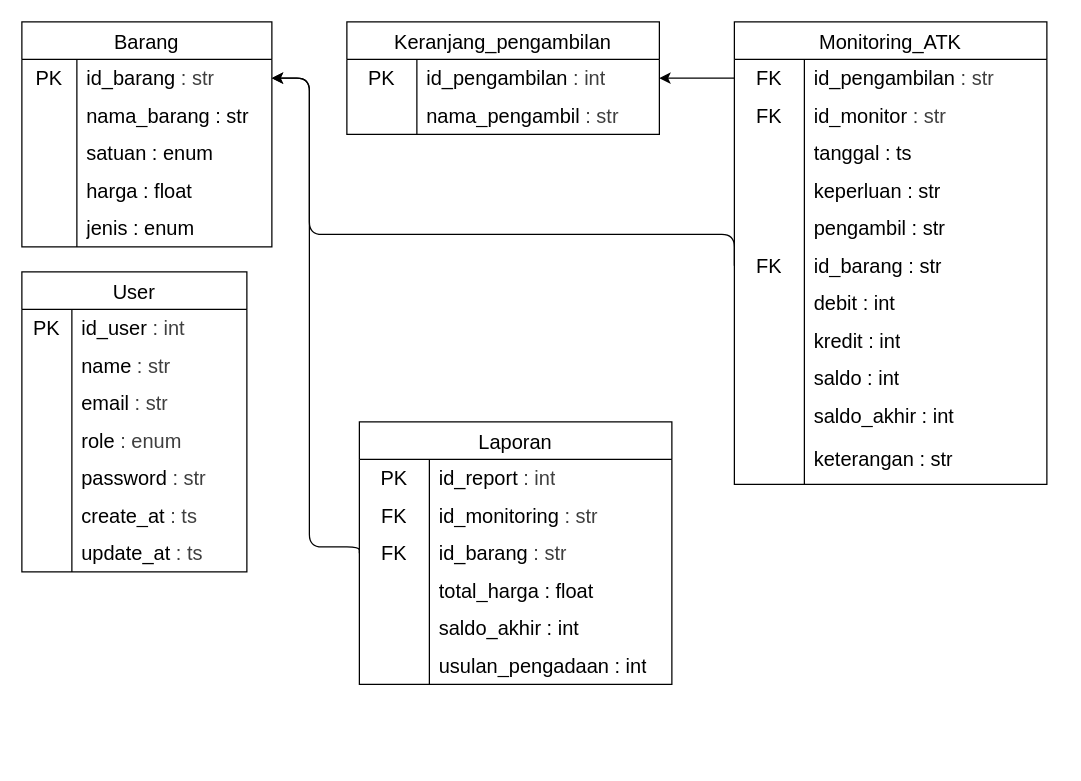
Earlier version of the draw.io diagram page "TRD" (1 of 6) of flow.drawio (Fakhrezy/sistem-atk-paljaya). Source tidied: cells renumbered, new cells numbered last; positions are measured from the earlier drawing's top-left corner, leaving out a move shared by most shapes. Both pictures are drawn from the tidied source at 125%, with x=0, y=0 at pixel (21, 21).
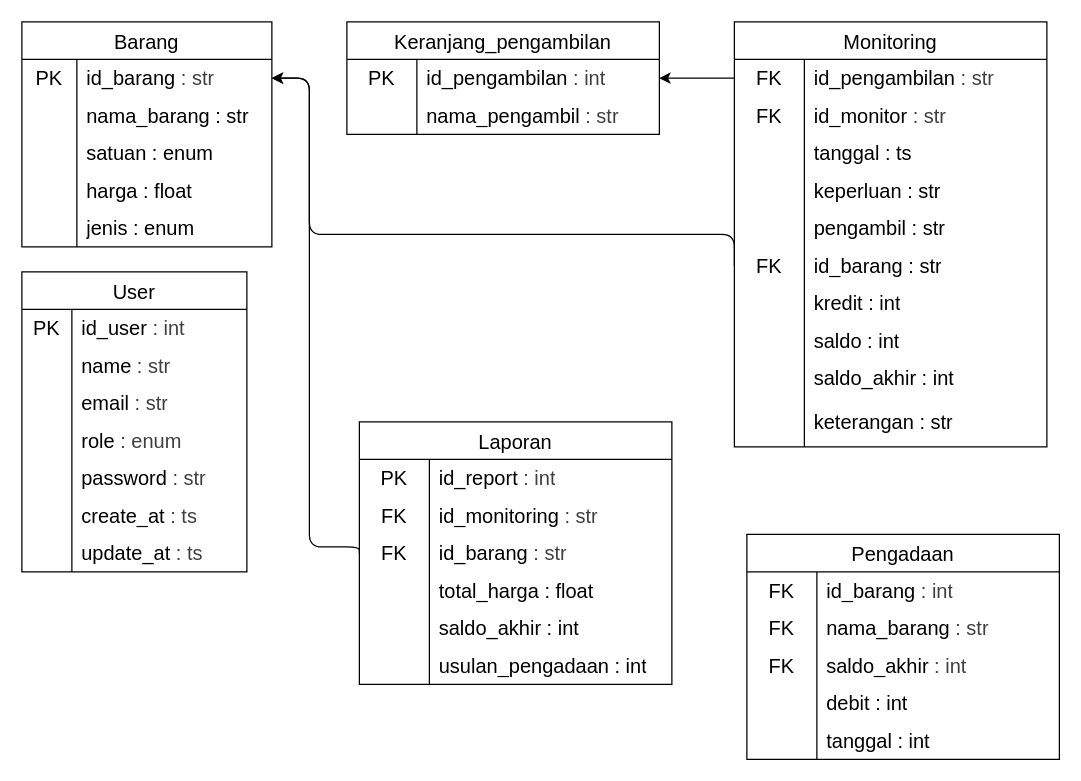
The same page after the edit.

Change to the diagram source:
```diff
@@
-    <mxCell id="2" value="Monitoring_ATK" style="shape=table;startSize=30;childLayout=tableLayout;rowLines=0;fontStyle=0;strokeColor=default;fontSize=16;" parent="1" vertex="1">
-      <mxGeometry x="570" width="250" height="370" as="geometry" />
+    <mxCell id="2" value="Monitoring" style="shape=table;startSize=30;childLayout=tableLayout;rowLines=0;fontStyle=0;strokeColor=default;fontSize=16;" parent="1" vertex="1">
+      <mxGeometry x="570" width="250" height="340" as="geometry" />
     </mxCell>
@@
-    <mxCell id="21" style="shape=tableRow;horizontal=0;startSize=0;swimlaneHead=0;swimlaneBody=0;top=0;left=0;bottom=0;right=0;fillColor=none;strokeColor=inherit;fontSize=16;" parent="2" vertex="1">
-      <mxGeometry y="210" width="250" height="30" as="geometry" />
-    </mxCell>
-    <mxCell id="22" style="shape=partialRectangle;html=1;whiteSpace=wrap;fillColor=none;top=0;left=0;bottom=0;right=0;overflow=hidden;strokeColor=inherit;fontSize=16;" parent="21" vertex="1">
-      <mxGeometry width="56" height="30" as="geometry" />
-    </mxCell>
-    <mxCell id="23" value="debit : int" style="shape=partialRectangle;html=1;whiteSpace=wrap;fillColor=none;top=0;left=0;bottom=0;right=0;align=left;spacingLeft=6;overflow=hidden;strokeColor=inherit;fontSize=16;" parent="21" vertex="1">
-      <mxGeometry x="56" width="194" height="30" as="geometry" />
-    </mxCell>
     <mxCell id="24" style="shape=tableRow;horizontal=0;startSize=0;swimlaneHead=0;swimlaneBody=0;top=0;left=0;bottom=0;right=0;fillColor=none;strokeColor=inherit;fontSize=16;" parent="2" vertex="1">
-      <mxGeometry y="240" width="250" height="30" as="geometry" />
+      <mxGeometry y="210" width="250" height="30" as="geometry" />
     </mxCell>
@@
     <mxCell id="27" style="shape=tableRow;horizontal=0;startSize=0;swimlaneHead=0;swimlaneBody=0;top=0;left=0;bottom=0;right=0;fillColor=none;strokeColor=inherit;fontSize=16;" parent="2" vertex="1">
-      <mxGeometry y="270" width="250" height="30" as="geometry" />
+      <mxGeometry y="240" width="250" height="30" as="geometry" />
     </mxCell>
@@
     <mxCell id="30" style="shape=tableRow;horizontal=0;startSize=0;swimlaneHead=0;swimlaneBody=0;top=0;left=0;bottom=0;right=0;fillColor=none;strokeColor=inherit;fontSize=16;" parent="2" vertex="1">
-      <mxGeometry y="300" width="250" height="30" as="geometry" />
+      <mxGeometry y="270" width="250" height="30" as="geometry" />
     </mxCell>
@@
     <mxCell id="33" style="shape=tableRow;horizontal=0;startSize=0;swimlaneHead=0;swimlaneBody=0;top=0;left=0;bottom=0;right=0;fillColor=none;strokeColor=inherit;fontSize=16;" parent="2" vertex="1">
-      <mxGeometry y="330" width="250" height="40" as="geometry" />
+      <mxGeometry y="300" width="250" height="40" as="geometry" />
     </mxCell>
@@
+    <mxCell id="103" value="Pengadaan" style="shape=table;startSize=30;childLayout=tableLayout;rowLines=0;fontStyle=0;strokeColor=default;fontSize=16;" parent="1" vertex="1">
+      <mxGeometry x="580" y="410" width="250" height="180" as="geometry" />
+    </mxCell>
+    <mxCell id="104" style="shape=tableRow;horizontal=0;startSize=0;swimlaneHead=0;swimlaneBody=0;top=0;left=0;bottom=0;right=0;fillColor=none;strokeColor=inherit;fontSize=16;" parent="103" vertex="1">
+      <mxGeometry y="30" width="250" height="30" as="geometry" />
+    </mxCell>
+    <mxCell id="105" value="FK" style="shape=partialRectangle;html=1;whiteSpace=wrap;fillColor=none;top=0;left=0;bottom=0;right=0;overflow=hidden;strokeColor=inherit;fontSize=16;" parent="104" vertex="1">
+      <mxGeometry width="56" height="30" as="geometry" />
+    </mxCell>
+    <mxCell id="106" value="&lt;span style=&quot;background-color: transparent; color: rgb(63, 63, 63);&quot;&gt;&lt;font color=&quot;#000000&quot;&gt;id_barang&lt;/font&gt;&lt;/span&gt;&lt;span style=&quot;color: rgb(63, 63, 63); background-color: transparent;&quot;&gt;&amp;nbsp;: int&lt;/span&gt;" style="shape=partialRectangle;html=1;whiteSpace=wrap;fillColor=none;top=0;left=0;bottom=0;right=0;align=left;spacingLeft=6;overflow=hidden;strokeColor=inherit;fontSize=16;" parent="104" vertex="1">
+      <mxGeometry x="56" width="194" height="30" as="geometry" />
+    </mxCell>
+    <mxCell id="107" style="shape=tableRow;horizontal=0;startSize=0;swimlaneHead=0;swimlaneBody=0;top=0;left=0;bottom=0;right=0;fillColor=none;strokeColor=inherit;fontSize=16;" parent="103" vertex="1">
+      <mxGeometry y="60" width="250" height="30" as="geometry" />
+    </mxCell>
+    <mxCell id="108" value="FK" style="shape=partialRectangle;html=1;whiteSpace=wrap;fillColor=none;top=0;left=0;bottom=0;right=0;overflow=hidden;strokeColor=inherit;fontSize=16;" parent="107" vertex="1">
+      <mxGeometry width="56" height="30" as="geometry" />
+    </mxCell>
+    <mxCell id="109" value="&lt;span style=&quot;background-color: transparent; color: rgb(63, 63, 63);&quot;&gt;&lt;font color=&quot;#000000&quot;&gt;nama_barang&lt;/font&gt;&lt;/span&gt;&lt;span style=&quot;color: rgb(63, 63, 63); background-color: transparent;&quot;&gt;&amp;nbsp;: str&lt;/span&gt;" style="shape=partialRectangle;html=1;whiteSpace=wrap;fillColor=none;top=0;left=0;bottom=0;right=0;align=left;spacingLeft=6;overflow=hidden;strokeColor=inherit;fontSize=16;" parent="107" vertex="1">
+      <mxGeometry x="56" width="194" height="30" as="geometry" />
+    </mxCell>
+    <mxCell id="110" style="shape=tableRow;horizontal=0;startSize=0;swimlaneHead=0;swimlaneBody=0;top=0;left=0;bottom=0;right=0;fillColor=none;strokeColor=inherit;fontSize=16;" parent="103" vertex="1">
+      <mxGeometry y="90" width="250" height="30" as="geometry" />
+    </mxCell>
+    <mxCell id="111" value="FK" style="shape=partialRectangle;html=1;whiteSpace=wrap;fillColor=none;top=0;left=0;bottom=0;right=0;overflow=hidden;strokeColor=inherit;fontSize=16;" parent="110" vertex="1">
+      <mxGeometry width="56" height="30" as="geometry" />
+    </mxCell>
+    <mxCell id="112" value="&lt;span style=&quot;background-color: transparent; color: rgb(63, 63, 63);&quot;&gt;&lt;font color=&quot;#000000&quot;&gt;saldo_akhir&lt;/font&gt;&lt;/span&gt;&lt;span style=&quot;color: rgb(63, 63, 63); background-color: transparent;&quot;&gt;&amp;nbsp;: int&lt;/span&gt;" style="shape=partialRectangle;html=1;whiteSpace=wrap;fillColor=none;top=0;left=0;bottom=0;right=0;align=left;spacingLeft=6;overflow=hidden;strokeColor=inherit;fontSize=16;" parent="110" vertex="1">
+      <mxGeometry x="56" width="194" height="30" as="geometry" />
+    </mxCell>
+    <mxCell id="113" style="shape=tableRow;horizontal=0;startSize=0;swimlaneHead=0;swimlaneBody=0;top=0;left=0;bottom=0;right=0;fillColor=none;strokeColor=inherit;fontSize=16;" parent="103" vertex="1">
+      <mxGeometry y="120" width="250" height="30" as="geometry" />
+    </mxCell>
+    <mxCell id="114" style="shape=partialRectangle;html=1;whiteSpace=wrap;fillColor=none;top=0;left=0;bottom=0;right=0;overflow=hidden;strokeColor=inherit;fontSize=16;" parent="113" vertex="1">
+      <mxGeometry width="56" height="30" as="geometry" />
+    </mxCell>
+    <mxCell id="23" value="debit : int" style="shape=partialRectangle;html=1;whiteSpace=wrap;fillColor=none;top=0;left=0;bottom=0;right=0;align=left;spacingLeft=6;overflow=hidden;strokeColor=inherit;fontSize=16;" parent="113" vertex="1">
+      <mxGeometry x="56" width="194" height="30" as="geometry" />
+    </mxCell>
+    <mxCell id="115" style="shape=tableRow;horizontal=0;startSize=0;swimlaneHead=0;swimlaneBody=0;top=0;left=0;bottom=0;right=0;fillColor=none;strokeColor=inherit;fontSize=16;" parent="103" vertex="1">
+      <mxGeometry y="150" width="250" height="30" as="geometry" />
+    </mxCell>
+    <mxCell id="116" style="shape=partialRectangle;html=1;whiteSpace=wrap;fillColor=none;top=0;left=0;bottom=0;right=0;overflow=hidden;strokeColor=inherit;fontSize=16;" parent="115" vertex="1">
+      <mxGeometry width="56" height="30" as="geometry" />
+    </mxCell>
+    <mxCell id="117" value="tanggal : int" style="shape=partialRectangle;html=1;whiteSpace=wrap;fillColor=none;top=0;left=0;bottom=0;right=0;align=left;spacingLeft=6;overflow=hidden;strokeColor=inherit;fontSize=16;" parent="115" vertex="1">
+      <mxGeometry x="56" width="194" height="30" as="geometry" />
+    </mxCell>
```
